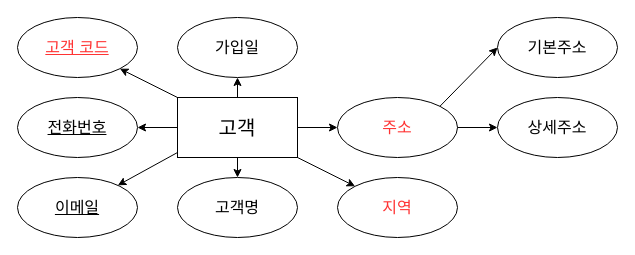
This is 온라인전자상거래플랫폼.drawio from sk3001/ERD, a draw.io file, before an edit. Source tidied: cells renumbered, new cells numbered last; positions are measured from the earlier drawing's top-left corner, leaving out a move shared by most shapes. Both pictures are drawn from the tidied source at 100%, with x=0, y=0 at pixel (17, 17).
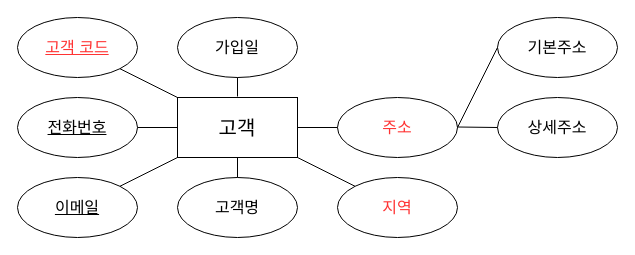
The same page after the edit.

Commit message:
온라인전자상거래플랫폼.drawio 업데이트

Unchanged cells that the change refers to:
```xml
<mxCell id="2" value="&lt;font style=&quot;font-size: 20px;&quot;&gt;고객&lt;/font&gt;" style="rounded=0;whiteSpace=wrap;html=1;" parent="1" vertex="1">
  <mxGeometry x="160" y="80" width="120" height="60" as="geometry" />
</mxCell>
<mxCell id="3" value="&lt;u&gt;전화번호&lt;/u&gt;" style="ellipse;whiteSpace=wrap;html=1;fontSize=16;" parent="1" vertex="1">
  <mxGeometry y="80" width="120" height="60" as="geometry" />
</mxCell>
<mxCell id="4" value="&lt;u&gt;이메일&lt;/u&gt;" style="ellipse;whiteSpace=wrap;html=1;fontSize=16;" parent="1" vertex="1">
  <mxGeometry y="160" width="120" height="60" as="geometry" />
</mxCell>
<mxCell id="5" value="고객명" style="ellipse;whiteSpace=wrap;html=1;fontSize=16;" parent="1" vertex="1">
  <mxGeometry x="160" y="160" width="120" height="60" as="geometry" />
</mxCell>
<mxCell id="6" value="&lt;font style=&quot;color: rgb(255, 51, 51);&quot;&gt;지역&lt;/font&gt;" style="ellipse;whiteSpace=wrap;html=1;fontSize=16;" parent="1" vertex="1">
  <mxGeometry x="320" y="160" width="120" height="60" as="geometry" />
</mxCell>
<mxCell id="7" value="&lt;font style=&quot;color: rgb(255, 51, 51);&quot;&gt;주소&lt;/font&gt;" style="ellipse;whiteSpace=wrap;html=1;fontSize=16;" parent="1" vertex="1">
  <mxGeometry x="320" y="80" width="120" height="60" as="geometry" />
</mxCell>
<mxCell id="8" value="가입일" style="ellipse;whiteSpace=wrap;html=1;fontSize=16;" parent="1" vertex="1">
  <mxGeometry x="160" width="120" height="60" as="geometry" />
</mxCell>
<mxCell id="9" value="&lt;font style=&quot;color: rgb(255, 51, 51);&quot;&gt;&lt;u&gt;고객 코드&lt;/u&gt;&lt;/font&gt;" style="ellipse;whiteSpace=wrap;html=1;fontSize=16;" parent="1" vertex="1">
  <mxGeometry width="120" height="60" as="geometry" />
</mxCell>
<mxCell id="17" value="&lt;font style=&quot;color: rgb(0, 0, 0);&quot;&gt;상세주소&lt;/font&gt;" style="ellipse;whiteSpace=wrap;html=1;fontSize=16;strokeColor=#000000;" parent="1" vertex="1">
  <mxGeometry x="480" y="80" width="120" height="60" as="geometry" />
</mxCell>
<mxCell id="18" value="&lt;font style=&quot;color: rgb(0, 0, 0);&quot;&gt;기본주소&lt;/font&gt;" style="ellipse;whiteSpace=wrap;html=1;fontSize=16;strokeColor=#000000;" parent="1" vertex="1">
  <mxGeometry x="480" width="120" height="60" as="geometry" />
</mxCell>
```

Diff of the diagram source:
```diff
@@
-    <mxCell id="10" style="endArrow=classic;html=1;rounded=0;" parent="1" edge="1" target="9">
-      <mxGeometry relative="1" as="geometry">
-        <mxPoint x="160" y="80" as="sourcePoint" />
-      </mxGeometry>
-    </mxCell>
-    <mxCell id="11" style="endArrow=classic;html=1;rounded=0;entryX=1;entryY=0.5;entryDx=0;entryDy=0;" parent="1" edge="1" target="3">
-      <mxGeometry relative="1" as="geometry">
-        <mxPoint x="160" y="110" as="sourcePoint" />
-      </mxGeometry>
-    </mxCell>
-    <mxCell id="12" style="endArrow=classic;html=1;rounded=0;entryX=0.5;entryY=1;entryDx=0;entryDy=0;" parent="1" edge="1" target="8">
-      <mxGeometry relative="1" as="geometry">
-        <mxPoint x="220" y="80" as="sourcePoint" />
-      </mxGeometry>
-    </mxCell>
-    <mxCell id="13" style="endArrow=classic;html=1;rounded=0;entryX=0;entryY=0.5;entryDx=0;entryDy=0;" parent="1" edge="1" target="7">
-      <mxGeometry relative="1" as="geometry">
-        <mxPoint x="280" y="110" as="sourcePoint" />
-      </mxGeometry>
-    </mxCell>
-    <mxCell id="14" style="endArrow=classic;html=1;rounded=0;" parent="1" edge="1" target="4">
-      <mxGeometry relative="1" as="geometry">
-        <mxPoint x="160" y="135" as="sourcePoint" />
-      </mxGeometry>
-    </mxCell>
-    <mxCell id="15" style="endArrow=classic;html=1;rounded=0;entryX=0.5;entryY=0;entryDx=0;entryDy=0;" parent="1" edge="1" target="5">
-      <mxGeometry relative="1" as="geometry">
-        <mxPoint x="220" y="140" as="sourcePoint" />
-      </mxGeometry>
-    </mxCell>
-    <mxCell id="16" style="endArrow=classic;html=1;rounded=0;" parent="1" edge="1" target="6">
-      <mxGeometry relative="1" as="geometry">
-        <mxPoint x="280" y="140" as="sourcePoint" />
-      </mxGeometry>
-    </mxCell>
@@
-    <mxCell id="19" style="endArrow=classic;html=1;rounded=0;exitX=1;exitY=0;exitDx=0;exitDy=0;" parent="1" edge="1" source="7">
-      <mxGeometry relative="1" as="geometry">
-        <mxPoint x="480" y="30" as="targetPoint" />
-      </mxGeometry>
-    </mxCell>
-    <mxCell id="20" style="endArrow=classic;html=1;rounded=0;entryX=0;entryY=0.5;entryDx=0;entryDy=0;" parent="1" edge="1" target="17">
-      <mxGeometry relative="1" as="geometry">
-        <mxPoint x="440" y="110" as="sourcePoint" />
-      </mxGeometry>
-    </mxCell>
+    <mxCell id="21" style="endArrow=none;html=1;rounded=0;entryX=1;entryY=1;entryDx=0;entryDy=0;exitX=0;exitY=0;exitDx=0;exitDy=0;" parent="1" edge="1" source="2" target="9">
+      <mxGeometry relative="1" as="geometry" />
+    </mxCell>
+    <mxCell id="22" style="endArrow=none;html=1;rounded=0;entryX=0.5;entryY=1;entryDx=0;entryDy=0;" parent="1" edge="1" target="8">
+      <mxGeometry relative="1" as="geometry">
+        <mxPoint x="220" y="79" as="sourcePoint" />
+      </mxGeometry>
+    </mxCell>
+    <mxCell id="23" style="endArrow=none;html=1;rounded=0;exitX=1;exitY=0.5;exitDx=0;exitDy=0;entryX=0;entryY=0.5;entryDx=0;entryDy=0;" parent="1" edge="1" source="3" target="2">
+      <mxGeometry relative="1" as="geometry" />
+    </mxCell>
+    <mxCell id="24" style="endArrow=none;html=1;rounded=0;exitX=1;exitY=0;exitDx=0;exitDy=0;entryX=0;entryY=1;entryDx=0;entryDy=0;" parent="1" edge="1" source="4" target="2">
+      <mxGeometry relative="1" as="geometry" />
+    </mxCell>
+    <mxCell id="25" style="endArrow=none;html=1;rounded=0;entryX=0.5;entryY=1;entryDx=0;entryDy=0;exitX=0.5;exitY=0;exitDx=0;exitDy=0;" parent="1" edge="1" source="5" target="2">
+      <mxGeometry relative="1" as="geometry" />
+    </mxCell>
+    <mxCell id="26" style="endArrow=none;html=1;rounded=0;exitX=1;exitY=1;exitDx=0;exitDy=0;entryX=0;entryY=0;entryDx=0;entryDy=0;" parent="1" edge="1" source="2" target="6">
+      <mxGeometry relative="1" as="geometry" />
+    </mxCell>
+    <mxCell id="27" style="endArrow=none;html=1;rounded=0;exitX=1;exitY=0.5;exitDx=0;exitDy=0;entryX=0;entryY=0.5;entryDx=0;entryDy=0;" parent="1" edge="1" source="2" target="7">
+      <mxGeometry relative="1" as="geometry" />
+    </mxCell>
+    <mxCell id="28" style="endArrow=none;html=1;rounded=0;entryX=0;entryY=0.5;entryDx=0;entryDy=0;exitX=1;exitY=0.5;exitDx=0;exitDy=0;" parent="1" edge="1" source="7" target="18">
+      <mxGeometry relative="1" as="geometry" />
+    </mxCell>
+    <mxCell id="29" style="endArrow=none;html=1;rounded=0;entryX=0;entryY=0.5;entryDx=0;entryDy=0;" parent="1" edge="1" target="17">
+      <mxGeometry relative="1" as="geometry">
+        <mxPoint x="440" y="109.5" as="sourcePoint" />
+      </mxGeometry>
+    </mxCell>
```
